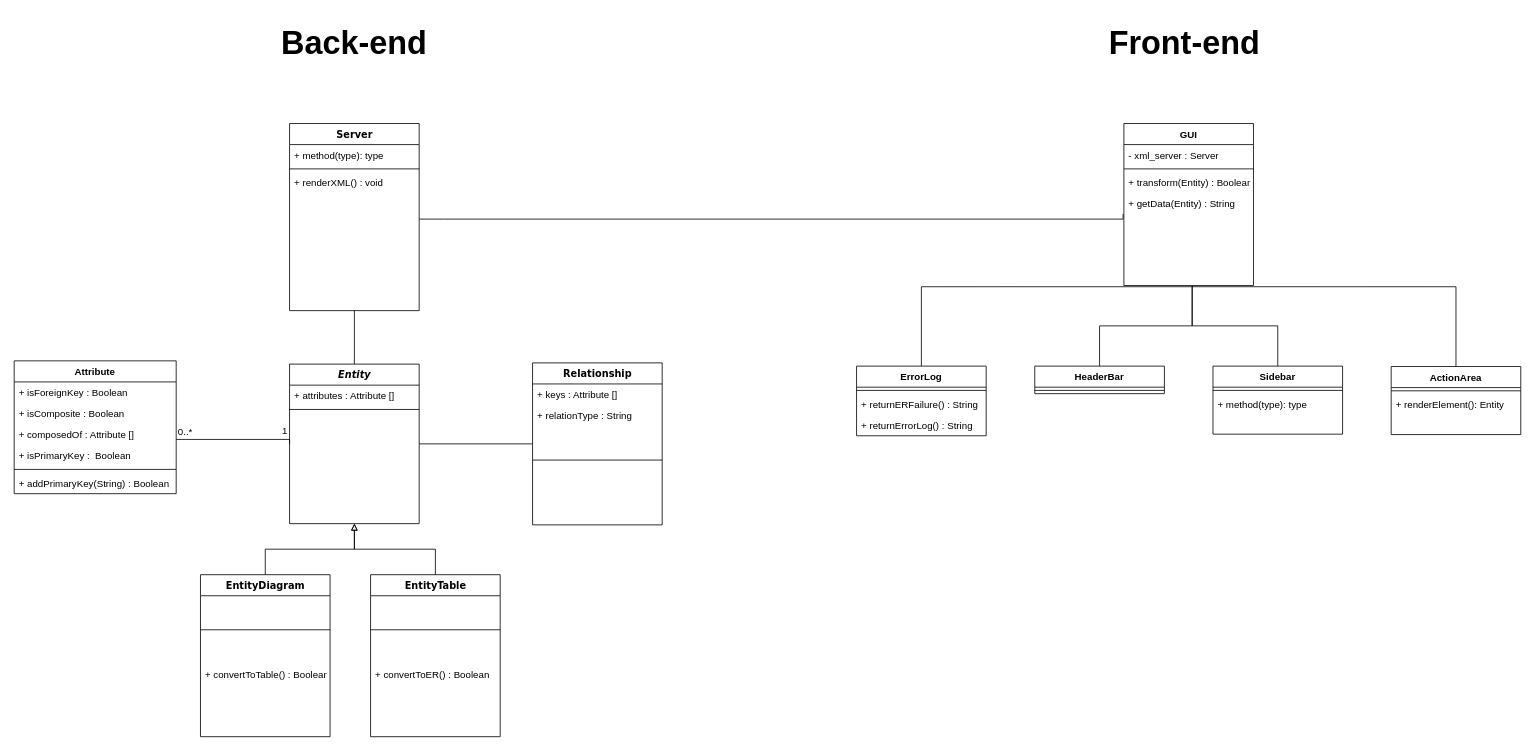
gabrielste1n/ViKER keeps this draw.io diagram as doc/Phase 2/Analysis Class Diagram.drawio. Above is the earlier version. Source tidied: cells renumbered, new cells numbered last; positions are measured from the earlier drawing's top-left corner, leaving out a move shared by most shapes. Both pictures are drawn from the tidied source at 81%, with x=0, y=0 at pixel (14, 14).
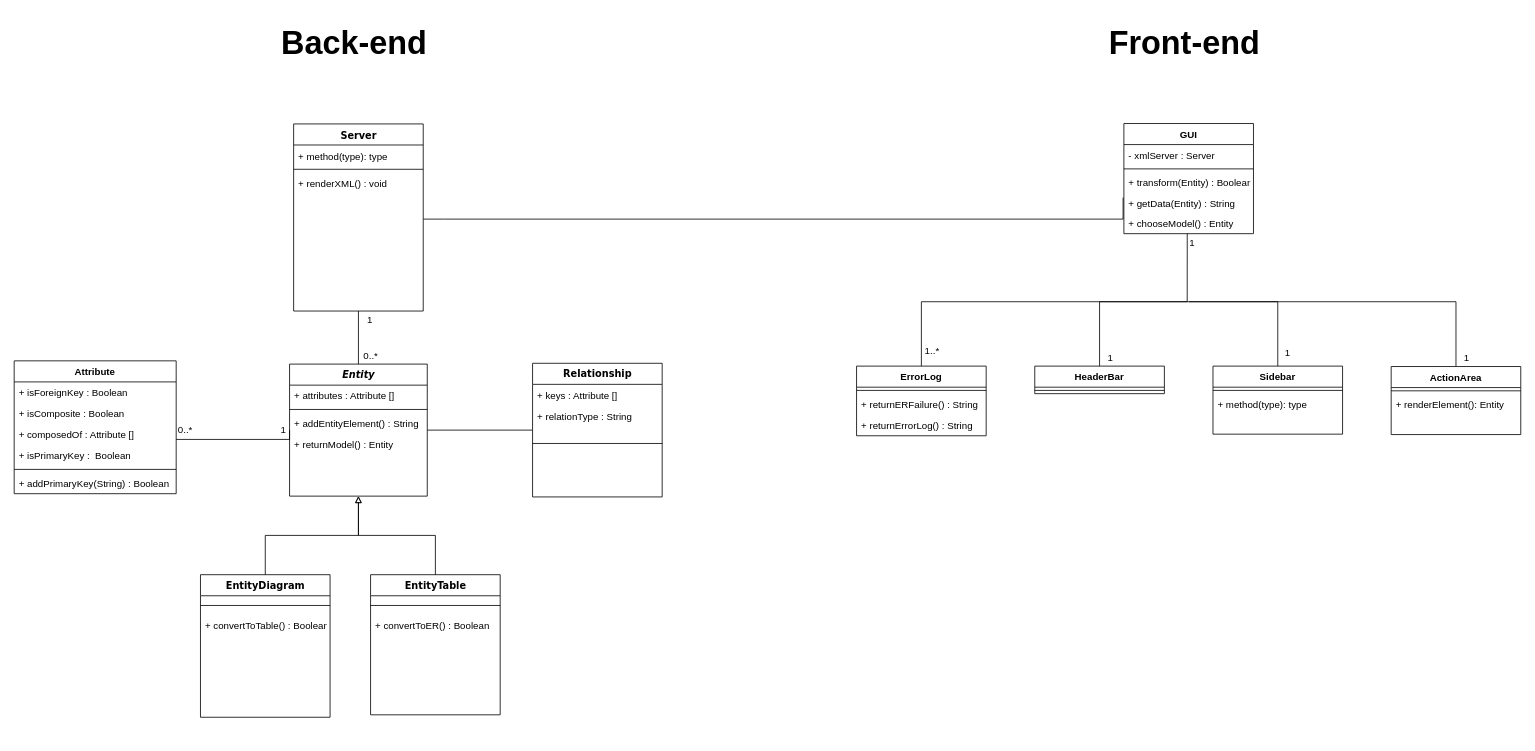
The same diagram, later.

Commit message (it also covers changes not shown here):
Finish phase 2 - analysis.

The change refers to these unchanged cells:
```xml
<mxCell id="29" style="edgeStyle=orthogonalEdgeStyle;rounded=0;jettySize=auto;html=1;entryX=0;entryY=0.5;entryDx=0;entryDy=0;endArrow=none;endFill=0;" parent="1" edge="1" source="32" target="9">
  <mxGeometry relative="1" as="geometry">
    <Array as="points">
      <mxPoint x="340" y="525" />
    </Array>
  </mxGeometry>
</mxCell>
<mxCell id="42" value="ErrorLog" style="swimlane;fontStyle=1;align=center;verticalAlign=top;horizontal=1;startSize=26;fontSize=12;" parent="1" vertex="1">
  <mxGeometry x="1040" y="434.5" width="160" height="86" as="geometry" />
</mxCell>
<mxCell id="47" value="Sidebar" style="swimlane;fontStyle=1;align=center;verticalAlign=top;horizontal=1;startSize=26;fontSize=12;" parent="1" vertex="1">
  <mxGeometry x="1480" y="434.5" width="160" height="84" as="geometry" />
</mxCell>
<mxCell id="51" value="ActionArea&#10;" style="swimlane;fontStyle=1;align=center;verticalAlign=top;horizontal=1;startSize=26;fontSize=12;" parent="1" vertex="1">
  <mxGeometry x="1700" y="435" width="160" height="84" as="geometry" />
</mxCell>
<mxCell id="55" value="HeaderBar&#10;" style="swimlane;fontStyle=1;align=center;verticalAlign=top;horizontal=1;startSize=26;fontSize=12;" parent="1" vertex="1">
  <mxGeometry x="1260" y="434.5" width="160" height="34" as="geometry" />
</mxCell>
```

The edit, as a diff of the source:
```diff
@@
     <mxCell id="3" value="Server" style="swimlane;html=1;fontStyle=1;align=center;verticalAlign=top;horizontal=1;startSize=26;swimlaneFillColor=#ffffff;rounded=0;shadow=0;comic=0;labelBackgroundColor=none;strokeColor=#000000;strokeWidth=1;fillColor=none;fontFamily=Verdana;fontSize=12;fontColor=#000000;" parent="1" vertex="1">
-      <mxGeometry x="340" y="135" width="160" height="231" as="geometry" />
+      <mxGeometry x="345" y="135.5" width="160" height="231" as="geometry" />
     </mxCell>
@@
     <mxCell id="9" value="&lt;i&gt;Entity&lt;/i&gt;" style="swimlane;html=1;fontStyle=1;align=center;verticalAlign=top;horizontal=1;startSize=26;swimlaneFillColor=#ffffff;rounded=0;shadow=0;comic=0;labelBackgroundColor=none;strokeColor=#000000;strokeWidth=1;fillColor=none;fontFamily=Verdana;fontSize=12;fontColor=#000000;" parent="1" vertex="1">
-      <mxGeometry x="340" y="432" width="160" height="197" as="geometry" />
+      <mxGeometry x="340" y="432" width="170" height="163" as="geometry" />
     </mxCell>
     <mxCell id="10" value="+ attributes : Attribute []" style="text;html=1;strokeColor=none;fillColor=none;align=left;verticalAlign=top;spacingLeft=4;spacingRight=4;whiteSpace=wrap;overflow=hidden;" parent="9" vertex="1">
-      <mxGeometry y="26" width="160" height="26" as="geometry" />
+      <mxGeometry y="26" width="170" height="26" as="geometry" />
     </mxCell>
     <mxCell id="11" style="line;html=1;strokeWidth=1;fillColor=none;align=left;verticalAlign=middle;spacingTop=-1;spacingLeft=3;spacingRight=3;labelPosition=right;" parent="9" vertex="1">
-      <mxGeometry y="52" width="160" height="8" as="geometry" />
+      <mxGeometry y="52" width="170" height="8" as="geometry" />
     </mxCell>
+    <mxCell id="57" value="+ addEntityElement() : String" style="text;strokeColor=none;fillColor=none;align=left;verticalAlign=top;spacingLeft=4;spacingRight=4;overflow=hidden;" parent="9" vertex="1">
+      <mxGeometry y="60" width="170" height="26" as="geometry" />
+    </mxCell>
+    <mxCell id="58" value="+ returnModel() : Entity " style="text;strokeColor=none;fillColor=none;align=left;verticalAlign=top;spacingLeft=4;spacingRight=4;overflow=hidden;" parent="9" vertex="1">
+      <mxGeometry y="86" width="170" height="26" as="geometry" />
+    </mxCell>
     <mxCell id="12" value="Relationship" style="swimlane;html=1;fontStyle=1;align=center;verticalAlign=top;horizontal=1;startSize=26;swimlaneFillColor=#ffffff;rounded=0;shadow=0;comic=0;labelBackgroundColor=none;strokeColor=#000000;strokeWidth=1;fillColor=none;fontFamily=Verdana;fontSize=12;fontColor=#000000;" parent="1" vertex="1">
-      <mxGeometry x="640" y="430.5" width="160" height="200" as="geometry" />
+      <mxGeometry x="640" y="431" width="160" height="165" as="geometry" />
     </mxCell>
@@
     <mxCell id="15" style="line;html=1;strokeWidth=1;fillColor=none;align=left;verticalAlign=middle;spacingTop=-1;spacingLeft=3;spacingRight=3;labelPosition=right;" parent="12" vertex="1">
-      <mxGeometry y="78" width="160" height="84" as="geometry" />
+      <mxGeometry y="78" width="160" height="42" as="geometry" />
     </mxCell>
     <mxCell id="16" value="GUI&#10;" style="swimlane;fontStyle=1;align=center;verticalAlign=top;horizontal=1;startSize=26;" parent="1" vertex="1">
-      <mxGeometry x="1370" y="135" width="160" height="200" as="geometry" />
+      <mxGeometry x="1370" y="135" width="160" height="136" as="geometry" />
     </mxCell>
-    <mxCell id="17" value="- xml_server : Server" style="text;strokeColor=none;fillColor=none;align=left;verticalAlign=top;spacingLeft=4;spacingRight=4;overflow=hidden;" parent="16" vertex="1">
+    <mxCell id="17" value="- xmlServer : Server" style="text;strokeColor=none;fillColor=none;align=left;verticalAlign=top;spacingLeft=4;spacingRight=4;overflow=hidden;" parent="16" vertex="1">
       <mxGeometry y="26" width="160" height="26" as="geometry" />
     </mxCell>
@@
     <mxCell id="20" value="+ getData(Entity) : String" style="text;strokeColor=none;fillColor=none;align=left;verticalAlign=top;spacingLeft=4;spacingRight=4;overflow=hidden;points=[[0,0.5],[1,0.5]];portConstraint=eastwest;" parent="16" vertex="1">
-      <mxGeometry y="86" width="160" height="114" as="geometry" />
+      <mxGeometry y="86" width="160" height="24" as="geometry" />
     </mxCell>
+    <mxCell id="59" value="+ chooseModel() : Entity" style="text;strokeColor=none;fillColor=none;align=left;verticalAlign=top;spacingLeft=4;spacingRight=4;overflow=hidden;points=[[0,0.5],[1,0.5]];portConstraint=eastwest;" parent="16" vertex="1">
+      <mxGeometry y="110" width="160" height="26" as="geometry" />
+    </mxCell>
@@
     <mxCell id="22" value="EntityDiagram" style="swimlane;html=1;fontStyle=1;align=center;verticalAlign=top;horizontal=1;startSize=26;swimlaneFillColor=#ffffff;rounded=0;shadow=0;comic=0;labelBackgroundColor=none;strokeColor=#000000;strokeWidth=1;fillColor=none;fontFamily=Verdana;fontSize=12;fontColor=#000000;" parent="1" vertex="1">
-      <mxGeometry x="230" y="692" width="160" height="200" as="geometry" />
+      <mxGeometry x="230" y="692" width="160" height="176" as="geometry" />
     </mxCell>
     <mxCell id="23" style="line;html=1;strokeWidth=1;fillColor=none;align=left;verticalAlign=middle;spacingTop=-1;spacingLeft=3;spacingRight=3;labelPosition=right;" parent="22" vertex="1">
-      <mxGeometry y="26" width="160" height="84" as="geometry" />
+      <mxGeometry y="26" width="160" height="24" as="geometry" />
     </mxCell>
     <mxCell id="24" value="+ convertToTable() : Boolean" style="text;strokeColor=none;fillColor=none;align=left;verticalAlign=top;spacingLeft=4;spacingRight=4;overflow=hidden;" parent="22" vertex="1">
-      <mxGeometry y="110" width="160" height="26" as="geometry" />
+      <mxGeometry y="50" width="160" height="30" as="geometry" />
     </mxCell>
@@
     <mxCell id="26" value="EntityTable" style="swimlane;html=1;fontStyle=1;align=center;verticalAlign=top;horizontal=1;startSize=26;swimlaneFillColor=#ffffff;rounded=0;shadow=0;comic=0;labelBackgroundColor=none;strokeColor=#000000;strokeWidth=1;fillColor=none;fontFamily=Verdana;fontSize=12;fontColor=#000000;" parent="1" vertex="1">
-      <mxGeometry x="440" y="692" width="160" height="200" as="geometry" />
+      <mxGeometry x="440" y="692" width="160" height="173" as="geometry" />
     </mxCell>
     <mxCell id="27" style="line;html=1;strokeWidth=1;fillColor=none;align=left;verticalAlign=middle;spacingTop=-1;spacingLeft=3;spacingRight=3;labelPosition=right;" parent="26" vertex="1">
-      <mxGeometry y="26" width="160" height="84" as="geometry" />
+      <mxGeometry y="26" width="160" height="24" as="geometry" />
     </mxCell>
     <mxCell id="28" value="+ convertToER() : Boolean" style="text;strokeColor=none;fillColor=none;align=left;verticalAlign=top;spacingLeft=4;spacingRight=4;overflow=hidden;" parent="26" vertex="1">
-      <mxGeometry y="110" width="160" height="26" as="geometry" />
+      <mxGeometry y="50" width="160" height="26" as="geometry" />
     </mxCell>
@@
     <mxCell id="30" value="0..*" style="text;html=1;align=center;verticalAlign=middle;labelBackgroundColor=#ffffff;" parent="29" vertex="1">
       <mxGeometry x="0.96" y="-131" relative="1" as="geometry">
-        <mxPoint x="1" y="-13" as="offset" />
+        <mxPoint x="-261" y="-3.5" as="offset" />
       </mxGeometry>
     </mxCell>
     <mxCell id="31" value="1" style="text;html=1;align=center;verticalAlign=middle;labelBackgroundColor=#ffffff;" parent="29" vertex="1">
       <mxGeometry x="0.69" y="3" relative="1" as="geometry">
-        <mxPoint x="10" y="-8" as="offset" />
+        <mxPoint x="3" y="-8.5" as="offset" />
       </mxGeometry>
     </mxCell>
@@
-    <mxCell id="41" style="edgeStyle=orthogonalEdgeStyle;rounded=0;jettySize=auto;html=1;entryX=0.521;entryY=1.013;entryDx=0;entryDy=0;entryPerimeter=0;endArrow=none;endFill=0;fontSize=12;" parent="1" edge="1" source="42" target="20">
-      <mxGeometry relative="1" as="geometry" />
-    </mxCell>
+    <mxCell id="60" style="edgeStyle=orthogonalEdgeStyle;rounded=0;jettySize=auto;html=1;entryX=0.489;entryY=0.996;entryDx=0;entryDy=0;entryPerimeter=0;endArrow=none;endFill=0;" parent="1" edge="1" source="42" target="59">
+      <mxGeometry relative="1" as="geometry">
+        <Array as="points">
+          <mxPoint x="1120" y="355" />
+          <mxPoint x="1448" y="355" />
+        </Array>
+      </mxGeometry>
+    </mxCell>
@@
-    <mxCell id="46" style="edgeStyle=orthogonalEdgeStyle;rounded=0;jettySize=auto;html=1;entryX=0.527;entryY=1.004;entryDx=0;entryDy=0;entryPerimeter=0;endArrow=none;endFill=0;fontSize=12;" parent="1" edge="1" source="47" target="20">
-      <mxGeometry relative="1" as="geometry" />
-    </mxCell>
+    <mxCell id="61" style="edgeStyle=orthogonalEdgeStyle;rounded=0;jettySize=auto;html=1;endArrow=none;endFill=0;" parent="1" edge="1" source="47">
+      <mxGeometry relative="1" as="geometry">
+        <mxPoint x="1450" y="355" as="targetPoint" />
+        <Array as="points">
+          <mxPoint x="1560" y="355" />
+          <mxPoint x="1450" y="355" />
+        </Array>
+      </mxGeometry>
+    </mxCell>
@@
-    <mxCell id="50" style="edgeStyle=orthogonalEdgeStyle;rounded=0;jettySize=auto;html=1;entryX=0.521;entryY=1.013;entryDx=0;entryDy=0;entryPerimeter=0;endArrow=none;endFill=0;fontSize=12;" parent="1" edge="1" source="51" target="20">
-      <mxGeometry relative="1" as="geometry" />
-    </mxCell>
+    <mxCell id="62" style="edgeStyle=orthogonalEdgeStyle;rounded=0;jettySize=auto;html=1;endArrow=none;endFill=0;" parent="1" edge="1" source="51">
+      <mxGeometry relative="1" as="geometry">
+        <mxPoint x="1450" y="355" as="targetPoint" />
+        <Array as="points">
+          <mxPoint x="1780" y="355" />
+          <mxPoint x="1450" y="355" />
+        </Array>
+      </mxGeometry>
+    </mxCell>
@@
-    <mxCell id="54" style="edgeStyle=orthogonalEdgeStyle;rounded=0;jettySize=auto;html=1;entryX=0.527;entryY=1.004;entryDx=0;entryDy=0;entryPerimeter=0;endArrow=none;endFill=0;fontSize=12;" parent="1" edge="1" source="55" target="20">
-      <mxGeometry relative="1" as="geometry" />
-    </mxCell>
+    <mxCell id="63" style="edgeStyle=orthogonalEdgeStyle;rounded=0;jettySize=auto;html=1;endArrow=none;endFill=0;" parent="1" edge="1" source="55">
+      <mxGeometry relative="1" as="geometry">
+        <mxPoint x="1450" y="355" as="targetPoint" />
+        <Array as="points">
+          <mxPoint x="1340" y="355" />
+          <mxPoint x="1450" y="355" />
+        </Array>
+      </mxGeometry>
+    </mxCell>
@@
+    <mxCell id="64" value="1" style="text;html=1;align=center;verticalAlign=middle;labelBackgroundColor=#ffffff;" parent="1" vertex="1">
+      <mxGeometry x="590" y="685" as="geometry">
+        <mxPoint x="863" y="-402.5" as="offset" />
+      </mxGeometry>
+    </mxCell>
+    <mxCell id="65" value="1..*" style="text;html=1;align=center;verticalAlign=middle;labelBackgroundColor=#ffffff;" parent="1" vertex="1">
+      <mxGeometry x="700" y="596" as="geometry">
+        <mxPoint x="432" y="-180.5" as="offset" />
+      </mxGeometry>
+    </mxCell>
+    <mxCell id="66" value="1" style="text;html=1;align=center;verticalAlign=middle;labelBackgroundColor=#ffffff;" parent="1" vertex="1">
+      <mxGeometry x="920" y="605" as="geometry">
+        <mxPoint x="432" y="-180.5" as="offset" />
+      </mxGeometry>
+    </mxCell>
+    <mxCell id="67" value="1" style="text;html=1;align=center;verticalAlign=middle;labelBackgroundColor=#ffffff;" parent="1" vertex="1">
+      <mxGeometry x="780" y="596" as="geometry">
+        <mxPoint x="791" y="-177.5" as="offset" />
+      </mxGeometry>
+    </mxCell>
+    <mxCell id="68" value="1" style="text;html=1;align=center;verticalAlign=middle;labelBackgroundColor=#ffffff;" parent="1" vertex="1">
+      <mxGeometry x="1360" y="605" as="geometry">
+        <mxPoint x="432" y="-180.5" as="offset" />
+      </mxGeometry>
+    </mxCell>
+    <mxCell id="69" value="0..*" style="text;html=1;align=center;verticalAlign=middle;labelBackgroundColor=#ffffff;" parent="1" vertex="1">
+      <mxGeometry x="700" y="425" as="geometry">
+        <mxPoint x="-261" y="-3.5" as="offset" />
+      </mxGeometry>
+    </mxCell>
+    <mxCell id="70" value="1" style="text;html=1;align=center;verticalAlign=middle;labelBackgroundColor=#ffffff;" parent="1" vertex="1">
+      <mxGeometry x="340" y="531" as="geometry">
+        <mxPoint x="98" y="-153.5" as="offset" />
+      </mxGeometry>
+    </mxCell>
```
